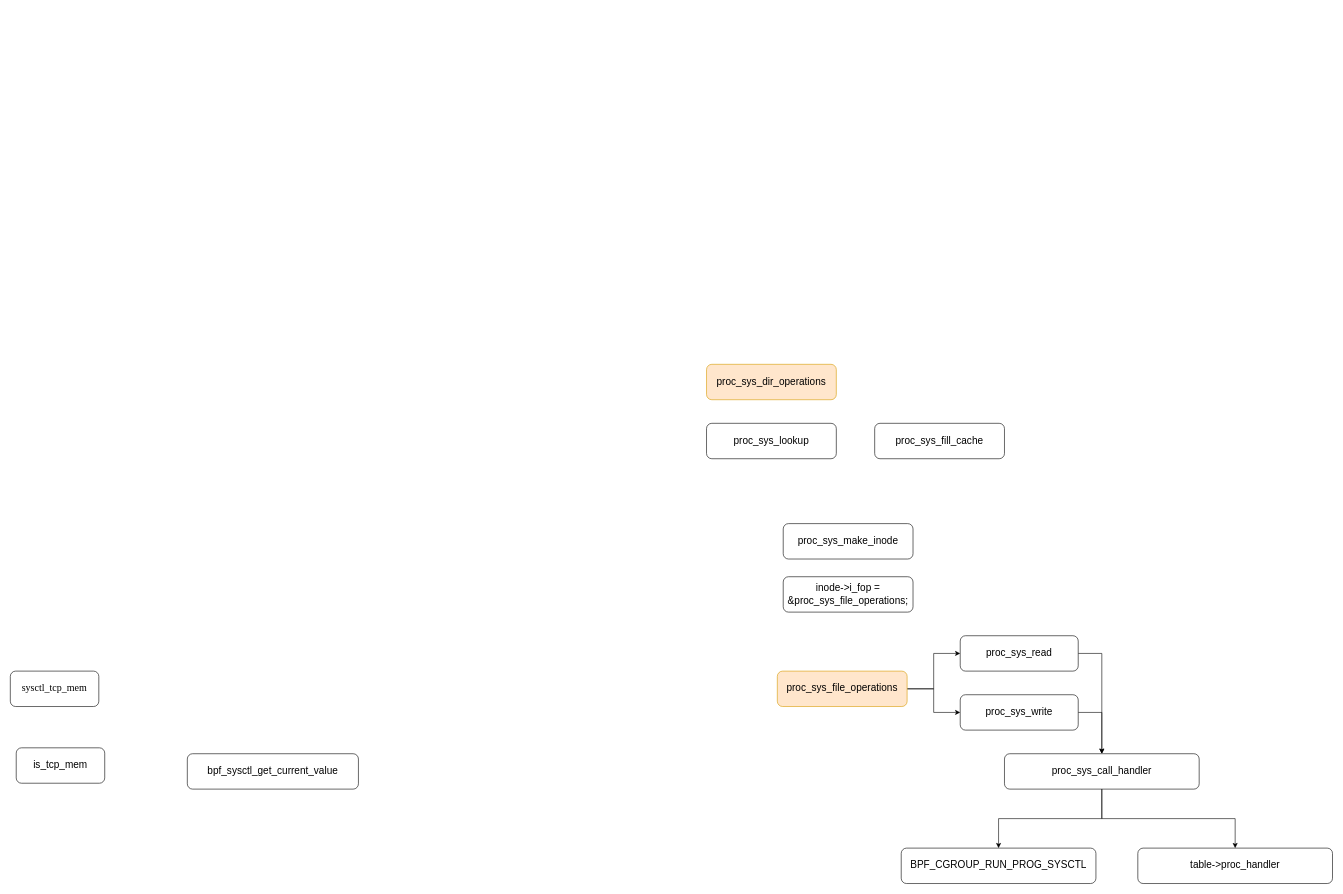
Before: eBPF_sysctl.drawio in hubblezzhu/frr_learning, a draw.io diagram. Source tidied: cells renumbered, new cells numbered last; positions are measured from the earlier drawing's top-left corner, leaving out a move shared by most shapes. Both pictures are drawn from the tidied source at 59%, with x=0, y=0 at pixel (10, 364).
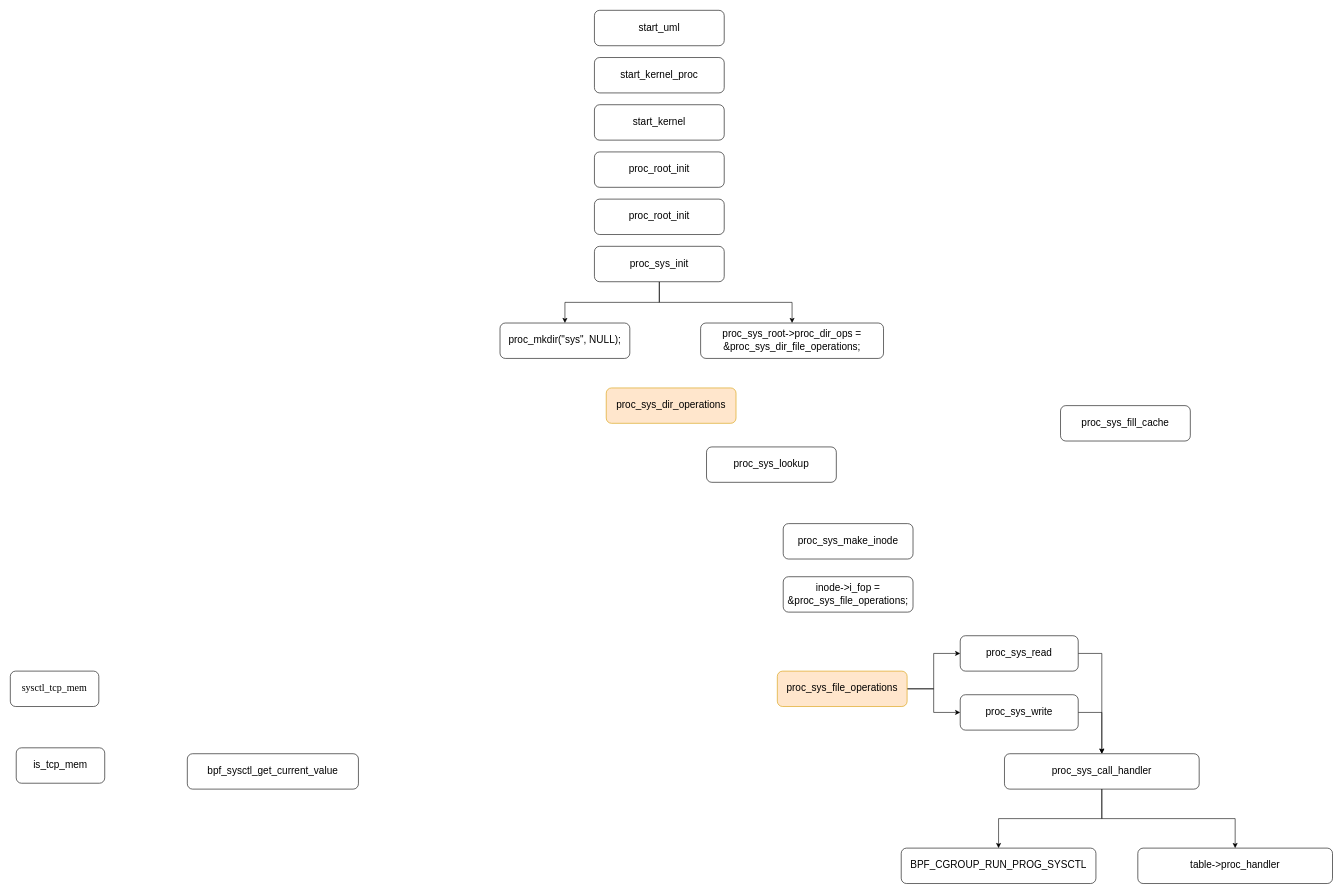
Above is the later version.

Diff of the diagram source:
```diff
@@
     <mxCell id="19" value="proc_sys_lookup" style="rounded=1;whiteSpace=wrap;html=1;fontSize=17;" parent="1" vertex="1">
-      <mxGeometry x="1180" y="100" width="220" height="60" as="geometry" />
+      <mxGeometry x="1180" y="140" width="220" height="60" as="geometry" />
     </mxCell>
     <mxCell id="20" value="proc_sys_fill_cache" style="rounded=1;whiteSpace=wrap;html=1;fontSize=17;" parent="1" vertex="1">
-      <mxGeometry x="1465" y="100" width="220" height="60" as="geometry" />
+      <mxGeometry x="1780" y="70" width="220" height="60" as="geometry" />
     </mxCell>
     <mxCell id="21" value="proc_sys_dir_operations" style="rounded=1;whiteSpace=wrap;html=1;fontSize=17;fillColor=#ffe6cc;strokeColor=#d79b00;" parent="1" vertex="1">
-      <mxGeometry x="1180" width="220" height="60" as="geometry" />
+      <mxGeometry x="1010" y="40" width="220" height="60" as="geometry" />
     </mxCell>
+    <mxCell id="22" value="start_uml" style="rounded=1;whiteSpace=wrap;html=1;fontSize=17;" parent="1" vertex="1">
+      <mxGeometry x="990" y="-600" width="220" height="60" as="geometry" />
+    </mxCell>
+    <mxCell id="23" value="start_kernel_proc" style="rounded=1;whiteSpace=wrap;html=1;fontSize=17;" parent="1" vertex="1">
+      <mxGeometry x="990" y="-520" width="220" height="60" as="geometry" />
+    </mxCell>
+    <mxCell id="24" value="start_kernel" style="rounded=1;whiteSpace=wrap;html=1;fontSize=17;" parent="1" vertex="1">
+      <mxGeometry x="990" y="-440" width="220" height="60" as="geometry" />
+    </mxCell>
+    <mxCell id="25" value="proc_root_init" style="rounded=1;whiteSpace=wrap;html=1;fontSize=17;" parent="1" vertex="1">
+      <mxGeometry x="990" y="-360" width="220" height="60" as="geometry" />
+    </mxCell>
+    <mxCell id="26" value="proc_root_init" style="rounded=1;whiteSpace=wrap;html=1;fontSize=17;" parent="1" vertex="1">
+      <mxGeometry x="990" y="-280" width="220" height="60" as="geometry" />
+    </mxCell>
+    <mxCell id="27" style="edgeStyle=orthogonalEdgeStyle;rounded=0;jettySize=auto;html=1;" parent="1" edge="1" source="29" target="30">
+      <mxGeometry relative="1" as="geometry" />
+    </mxCell>
+    <mxCell id="28" style="edgeStyle=orthogonalEdgeStyle;rounded=0;jettySize=auto;html=1;" parent="1" edge="1" source="29" target="31">
+      <mxGeometry relative="1" as="geometry" />
+    </mxCell>
+    <mxCell id="29" value="proc_sys_init" style="rounded=1;whiteSpace=wrap;html=1;fontSize=17;" parent="1" vertex="1">
+      <mxGeometry x="990" y="-200" width="220" height="60" as="geometry" />
+    </mxCell>
+    <mxCell id="30" value="proc_mkdir(&quot;sys&quot;, NULL);" style="rounded=1;whiteSpace=wrap;html=1;fontSize=17;" parent="1" vertex="1">
+      <mxGeometry x="830" y="-70" width="220" height="60" as="geometry" />
+    </mxCell>
+    <mxCell id="31" value="proc_sys_root-&amp;gt;proc_dir_ops = &amp;amp;proc_sys_dir_file_operations;" style="rounded=1;whiteSpace=wrap;html=1;fontSize=17;" parent="1" vertex="1">
+      <mxGeometry x="1170" y="-70" width="310" height="60" as="geometry" />
+    </mxCell>
```
